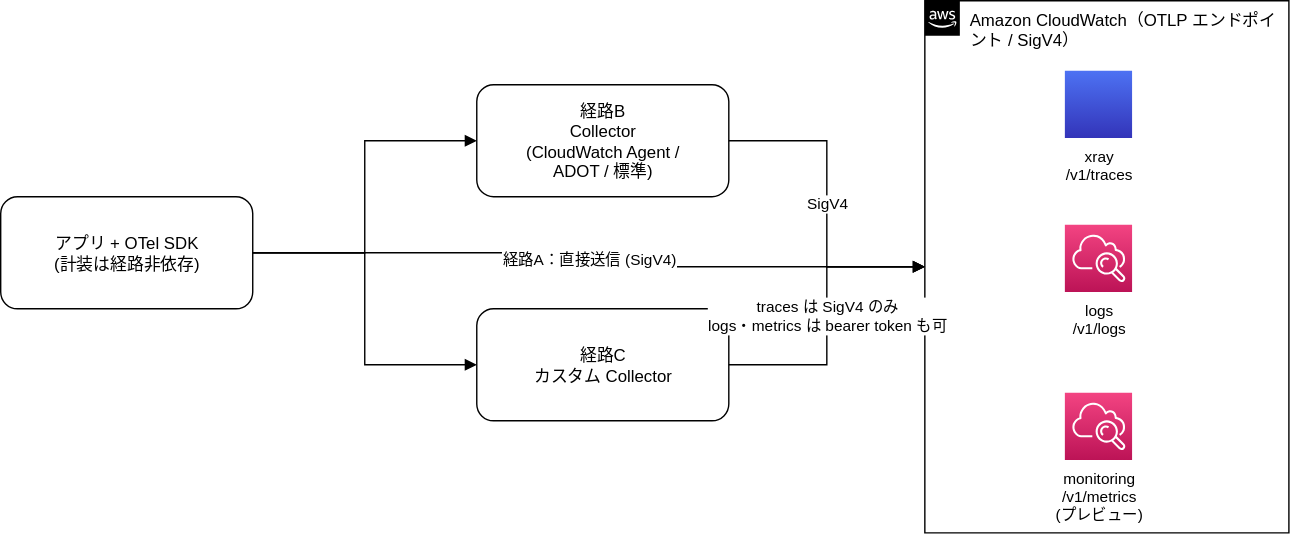
nnydtmg/zenn-articles keeps this draw.io diagram as images/aws-otel-2026/01_decision_map.drawio.svg. Above is the earlier version. Source tidied: cells renumbered, new cells last; positions are measured from the earlier drawing's top-left corner, leaving out a move shared by most shapes.
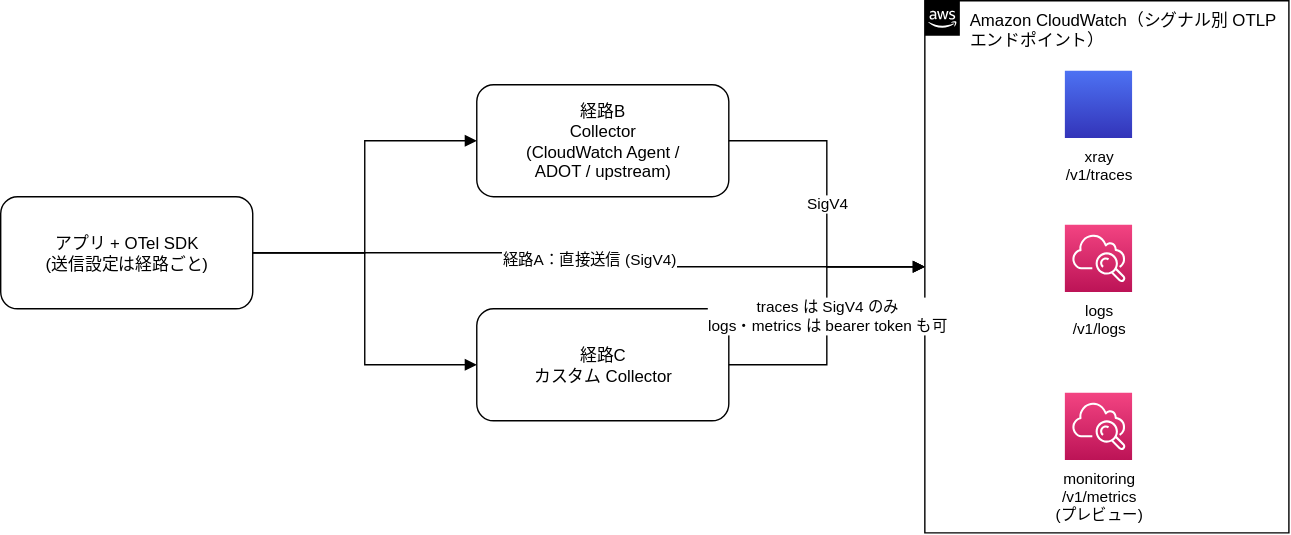
The same file after the commit.

Commit message:
docs: OTel構成図のdrawioソースを同期 (#9)

Change to the diagram source:
```diff
@@ -2,16 +2,16 @@
   <root>
     <mxCell id="0" />
     <mxCell id="1" parent="0" />
-    <mxCell id="2" value="アプリ + OTel SDK&#10;(計装は経路非依存)" style="rounded=1;whiteSpace=wrap;html=1;fillColor=#ffffff;strokeColor=#000000;fontSize=12;" parent="1" vertex="1">
+    <mxCell id="2" value="アプリ + OTel SDK&#10;(送信設定は経路ごと)" style="rounded=1;whiteSpace=wrap;html=1;fillColor=#ffffff;strokeColor=#000000;fontSize=12;" parent="1" vertex="1">
       <mxGeometry y="140" width="180" height="80" as="geometry" />
     </mxCell>
-    <mxCell id="3" value="経路B&#10;Collector&#10;(CloudWatch Agent /&#10;ADOT / 標準)" style="rounded=1;whiteSpace=wrap;html=1;fillColor=#ffffff;strokeColor=#000000;fontSize=12;" parent="1" vertex="1">
+    <mxCell id="3" value="経路B&#10;Collector&#10;(CloudWatch Agent /&#10;ADOT / upstream)" style="rounded=1;whiteSpace=wrap;html=1;fillColor=#ffffff;strokeColor=#000000;fontSize=12;" parent="1" vertex="1">
       <mxGeometry x="340" y="60" width="180" height="80" as="geometry" />
     </mxCell>
     <mxCell id="4" value="経路C&#10;カスタム Collector" style="rounded=1;whiteSpace=wrap;html=1;fillColor=#ffffff;strokeColor=#000000;fontSize=12;" parent="1" vertex="1">
       <mxGeometry x="340" y="220" width="180" height="80" as="geometry" />
     </mxCell>
-    <mxCell id="5" value="Amazon CloudWatch（OTLP エンドポイント / SigV4）" style="points=[[0,0],[0.25,0],[0.5,0],[0.75,0],[1,0],[1,0.25],[1,0.5],[1,0.75],[1,1],[0.75,1],[0.5,1],[0.25,1],[0,1],[0,0.75],[0,0.5],[0,0.25]];outlineConnect=0;gradientColor=none;html=1;whiteSpace=wrap;fontSize=12;fontStyle=0;shape=mxgraph.aws4.group;grIcon=mxgraph.aws4.group_aws_cloud_alt;strokeColor=#000000;fillColor=none;verticalAlign=top;align=left;spacingLeft=30;fontColor=#000000;dashed=0;" parent="1" vertex="1">
+    <mxCell id="5" value="Amazon CloudWatch（シグナル別 OTLP エンドポイント）" style="points=[[0,0],[0.25,0],[0.5,0],[0.75,0],[1,0],[1,0.25],[1,0.5],[1,0.75],[1,1],[0.75,1],[0.5,1],[0.25,1],[0,1],[0,0.75],[0,0.5],[0,0.25]];outlineConnect=0;gradientColor=none;html=1;whiteSpace=wrap;fontSize=12;fontStyle=0;shape=mxgraph.aws4.group;grIcon=mxgraph.aws4.group_aws_cloud_alt;strokeColor=#000000;fillColor=none;verticalAlign=top;align=left;spacingLeft=30;fontColor=#000000;dashed=0;" parent="1" vertex="1">
       <mxGeometry x="660" width="260" height="380" as="geometry" />
     </mxCell>
     <mxCell id="6" value="xray&#10;/v1/traces" style="sketch=0;fontColor=#000000;gradientColor=#4D72F3;gradientDirection=north;fillColor=#3334B9;strokeColor=#ffffff;dashed=0;verticalLabelPosition=bottom;verticalAlign=top;align=center;html=1;fontSize=11;fontStyle=0;shape=mxgraph.aws4.resourceIcon;resIcon=mxgraph.aws4.x_ray;" parent="5" vertex="1">
```
